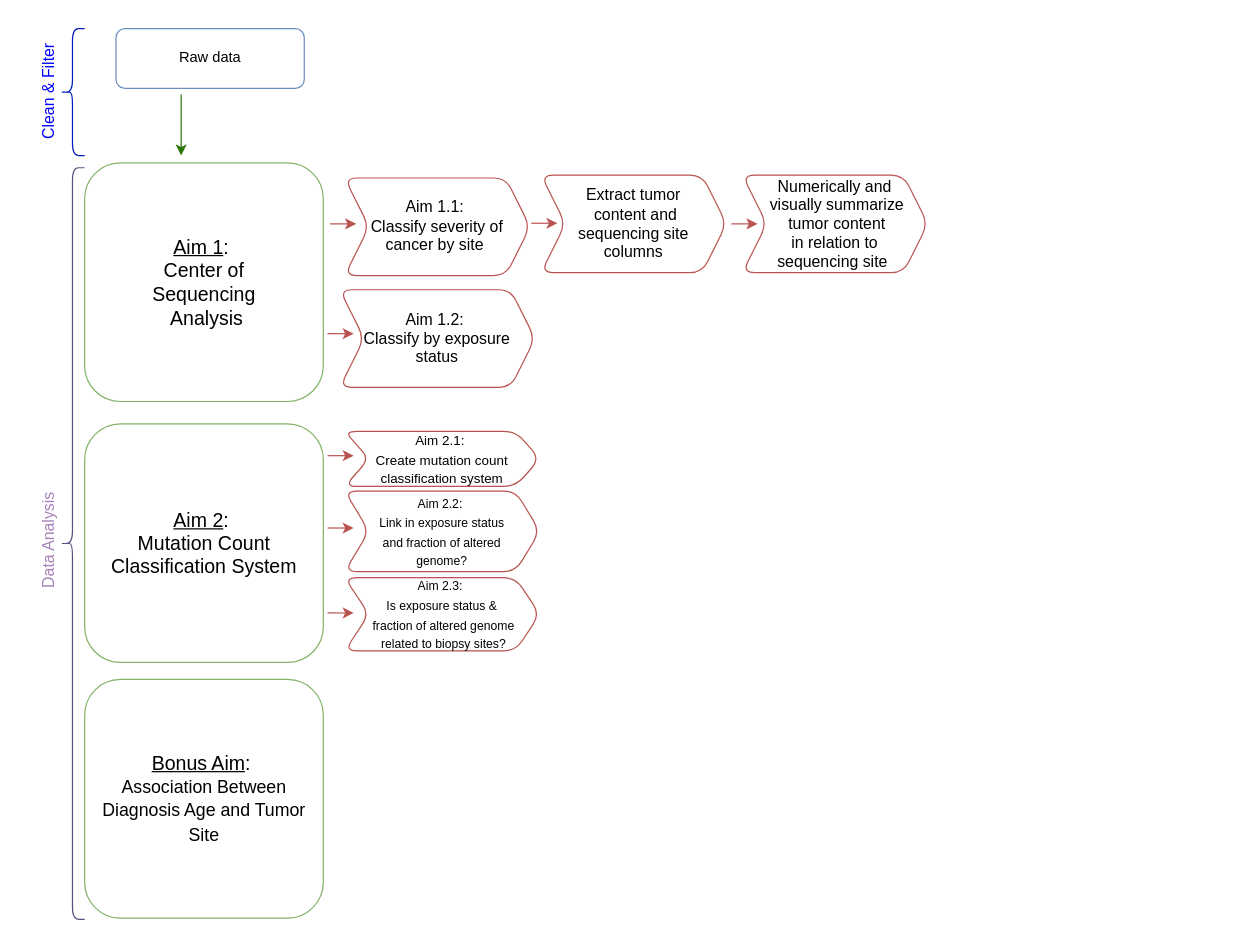
Above: Pipeline_Image.drawio in aiy-wish/Data-Wrangling-Project (draw.io), before the change. Source tidied: cells renumbered, new cells numbered last; positions are measured from the earlier drawing's top-left corner, leaving out a move shared by most shapes. Both pictures are drawn from the tidied source at 122%, with x=0, y=0 at pixel (-7, 28).
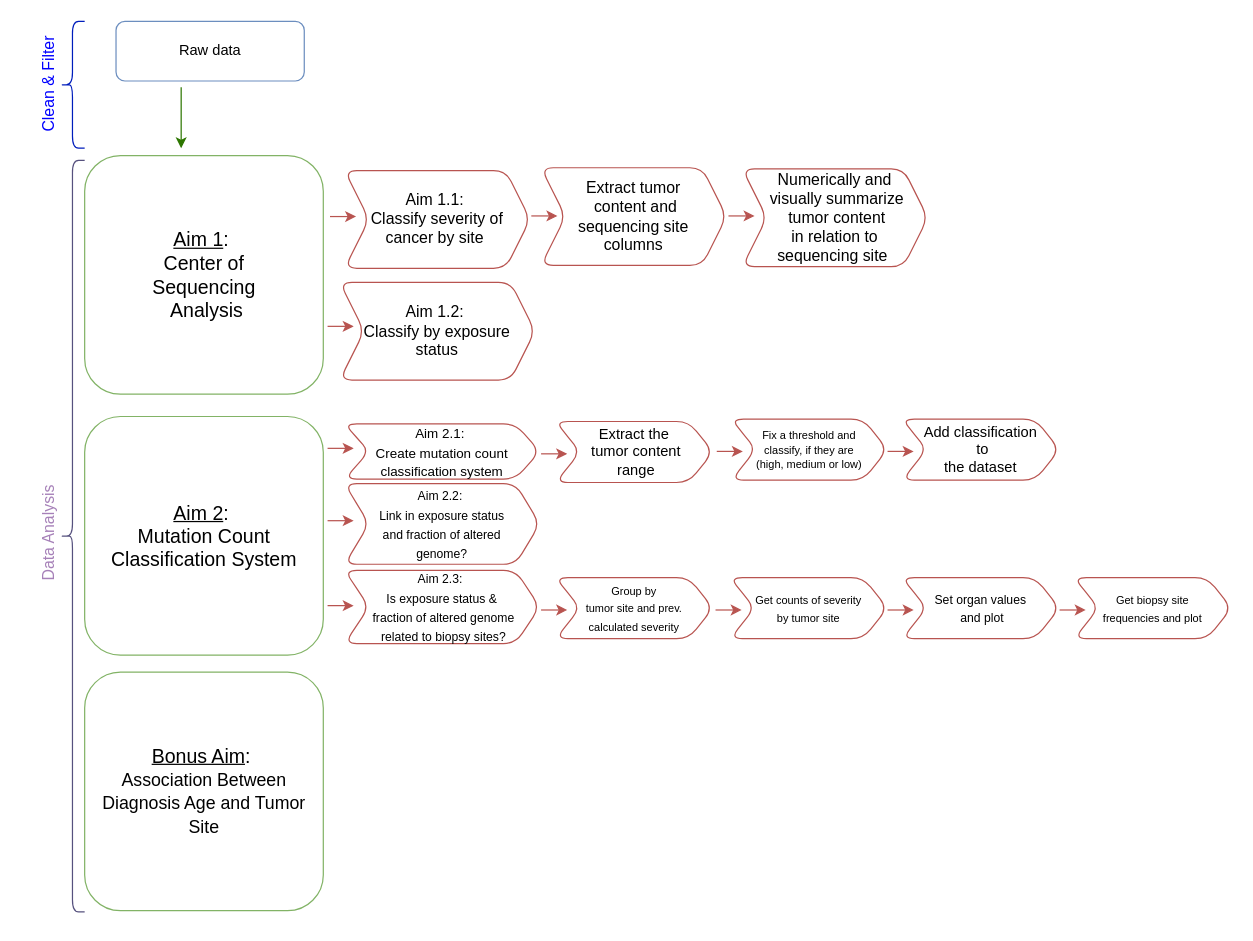
Above is the later version.

Unchanged cells that the change refers to:
```xml
<mxCell id="3" style="group;" parent="2" vertex="1">
  <mxGeometry x="41" width="560" height="730" as="geometry" />
</mxCell>
```

Diff of the diagram source:
```diff
@@
     <mxCell id="2" style="group;fontColor=#A680B8;" parent="1" vertex="1">
-      <mxGeometry x="23" width="602" height="730" as="geometry" />
+      <mxGeometry x="23" y="-6" width="602" height="730" as="geometry" />
     </mxCell>
@@
+    <mxCell id="28" value="Extract the&lt;br&gt;&amp;nbsp;tumor content&lt;br&gt;&amp;nbsp;range" style="shape=step;perimeter=stepPerimeter;whiteSpace=wrap;html=1;fixedSize=1;rounded=1;fillColor=#FFFFFF;strokeColor=#b85450;" parent="3" vertex="1">
+      <mxGeometry x="397" y="328" width="129" height="50" as="geometry" />
+    </mxCell>
+    <mxCell id="29" style="endArrow=classic;html=1;rounded=0;fontSize=16;fillColor=#f8cecc;strokeColor=#b85450;" parent="3" edge="1">
+      <mxGeometry relative="1" as="geometry">
+        <mxPoint x="385" y="354.5" as="sourcePoint" />
+        <mxPoint x="406.4" y="354.5" as="targetPoint" />
+      </mxGeometry>
+    </mxCell>
+    <mxCell id="30" value="&lt;font style=&quot;font-size: 9px&quot;&gt;Group by&lt;br&gt;tumor site and prev.&lt;br&gt;&amp;nbsp;calculated severity&amp;nbsp;&lt;/font&gt;" style="shape=step;perimeter=stepPerimeter;whiteSpace=wrap;html=1;fixedSize=1;rounded=1;fillColor=#FFFFFF;strokeColor=#b85450;" parent="3" vertex="1">
+      <mxGeometry x="397" y="456" width="129" height="50" as="geometry" />
+    </mxCell>
+    <mxCell id="31" style="endArrow=classic;html=1;rounded=0;fontSize=16;fillColor=#f8cecc;strokeColor=#b85450;" parent="3" edge="1">
+      <mxGeometry relative="1" as="geometry">
+        <mxPoint x="385" y="482.5" as="sourcePoint" />
+        <mxPoint x="406.4" y="482.5" as="targetPoint" />
+      </mxGeometry>
+    </mxCell>
+    <mxCell id="26" style="endArrow=classic;html=1;rounded=0;fontSize=16;fillColor=#f8cecc;strokeColor=#b85450;" parent="3" edge="1">
+      <mxGeometry relative="1" as="geometry">
+        <mxPoint x="538.6" y="159.5" as="sourcePoint" />
+        <mxPoint x="560" y="159.5" as="targetPoint" />
+      </mxGeometry>
+    </mxCell>
@@
-    <mxCell id="26" style="endArrow=classic;html=1;rounded=0;fontSize=16;fillColor=#f8cecc;strokeColor=#b85450;" parent="1" edge="1">
-      <mxGeometry relative="1" as="geometry">
-        <mxPoint x="605" y="160" as="sourcePoint" />
-        <mxPoint x="626.4" y="160" as="targetPoint" />
-      </mxGeometry>
-    </mxCell>
     <mxCell id="27" value="Numerically and&lt;br&gt;&amp;nbsp;visually summarize&lt;br&gt;&amp;nbsp;tumor content &lt;br&gt;in relation to &lt;br&gt;sequencing site&amp;nbsp;" style="shape=step;perimeter=stepPerimeter;whiteSpace=wrap;html=1;fixedSize=1;rounded=1;fontSize=13;verticalAlign=middle;fillColor=#FFFFFF;strokeColor=#b85450;" parent="1" vertex="1">
-      <mxGeometry x="614" y="120" width="152" height="80" as="geometry" />
+      <mxGeometry x="614" y="115" width="152" height="80" as="geometry" />
     </mxCell>
+    <mxCell id="32" value="&lt;font style=&quot;font-size: 9px&quot;&gt;Fix a threshold and&lt;br&gt;classify,&amp;nbsp;if they are &lt;br&gt;(high, medium or low)&lt;/font&gt;" style="shape=step;perimeter=stepPerimeter;whiteSpace=wrap;html=1;fixedSize=1;rounded=1;fillColor=#FFFFFF;strokeColor=#b85450;fontSize=10;" parent="1" vertex="1">
+      <mxGeometry x="605" y="320" width="128" height="50" as="geometry" />
+    </mxCell>
+    <mxCell id="33" style="endArrow=classic;html=1;rounded=0;fontSize=16;fillColor=#f8cecc;strokeColor=#b85450;" parent="1" edge="1">
+      <mxGeometry relative="1" as="geometry">
+        <mxPoint x="593" y="346.5" as="sourcePoint" />
+        <mxPoint x="614.4" y="346.5" as="targetPoint" />
+      </mxGeometry>
+    </mxCell>
+    <mxCell id="34" value="Add classification&lt;br&gt;&amp;nbsp;to &lt;br&gt;the dataset" style="shape=step;perimeter=stepPerimeter;whiteSpace=wrap;html=1;fixedSize=1;rounded=1;fillColor=#FFFFFF;strokeColor=#b85450;" parent="1" vertex="1">
+      <mxGeometry x="745" y="320" width="129" height="50" as="geometry" />
+    </mxCell>
+    <mxCell id="35" style="endArrow=classic;html=1;rounded=0;fontSize=16;fillColor=#f8cecc;strokeColor=#b85450;" parent="1" edge="1">
+      <mxGeometry relative="1" as="geometry">
+        <mxPoint x="733" y="346.5" as="sourcePoint" />
+        <mxPoint x="754.4" y="346.5" as="targetPoint" />
+      </mxGeometry>
+    </mxCell>
+    <mxCell id="36" value="&lt;span style=&quot;font-size: 9px&quot;&gt;Get counts of severity &lt;br&gt;by tumor site&lt;/span&gt;" style="shape=step;perimeter=stepPerimeter;whiteSpace=wrap;html=1;fixedSize=1;rounded=1;fillColor=#FFFFFF;strokeColor=#b85450;" parent="1" vertex="1">
+      <mxGeometry x="604" y="450" width="129" height="50" as="geometry" />
+    </mxCell>
+    <mxCell id="37" style="endArrow=classic;html=1;rounded=0;fontSize=16;fillColor=#f8cecc;strokeColor=#b85450;" parent="1" edge="1">
+      <mxGeometry relative="1" as="geometry">
+        <mxPoint x="592" y="476.5" as="sourcePoint" />
+        <mxPoint x="613.4" y="476.5" as="targetPoint" />
+      </mxGeometry>
+    </mxCell>
+    <mxCell id="38" value="&lt;font size=&quot;1&quot;&gt;Set organ values&lt;br&gt;&amp;nbsp;and plot&lt;/font&gt;" style="shape=step;perimeter=stepPerimeter;whiteSpace=wrap;html=1;fixedSize=1;rounded=1;fillColor=#FFFFFF;strokeColor=#b85450;" parent="1" vertex="1">
+      <mxGeometry x="745" y="450" width="129" height="50" as="geometry" />
+    </mxCell>
+    <mxCell id="39" style="endArrow=classic;html=1;rounded=0;fontSize=16;fillColor=#f8cecc;strokeColor=#b85450;" parent="1" edge="1">
+      <mxGeometry relative="1" as="geometry">
+        <mxPoint x="733" y="476.5" as="sourcePoint" />
+        <mxPoint x="754.4" y="476.5" as="targetPoint" />
+      </mxGeometry>
+    </mxCell>
+    <mxCell id="40" value="&lt;span style=&quot;font-size: 9px&quot;&gt;Get biopsy site &lt;br&gt;frequencies and plot&lt;/span&gt;" style="shape=step;perimeter=stepPerimeter;whiteSpace=wrap;html=1;fixedSize=1;rounded=1;fillColor=#FFFFFF;strokeColor=#b85450;" parent="1" vertex="1">
+      <mxGeometry x="886" y="450" width="129" height="50" as="geometry" />
+    </mxCell>
+    <mxCell id="41" style="endArrow=classic;html=1;rounded=0;fontSize=16;fillColor=#f8cecc;strokeColor=#b85450;" parent="1" edge="1">
+      <mxGeometry relative="1" as="geometry">
+        <mxPoint x="874" y="476.5" as="sourcePoint" />
+        <mxPoint x="895.4" y="476.5" as="targetPoint" />
+      </mxGeometry>
+    </mxCell>
```
